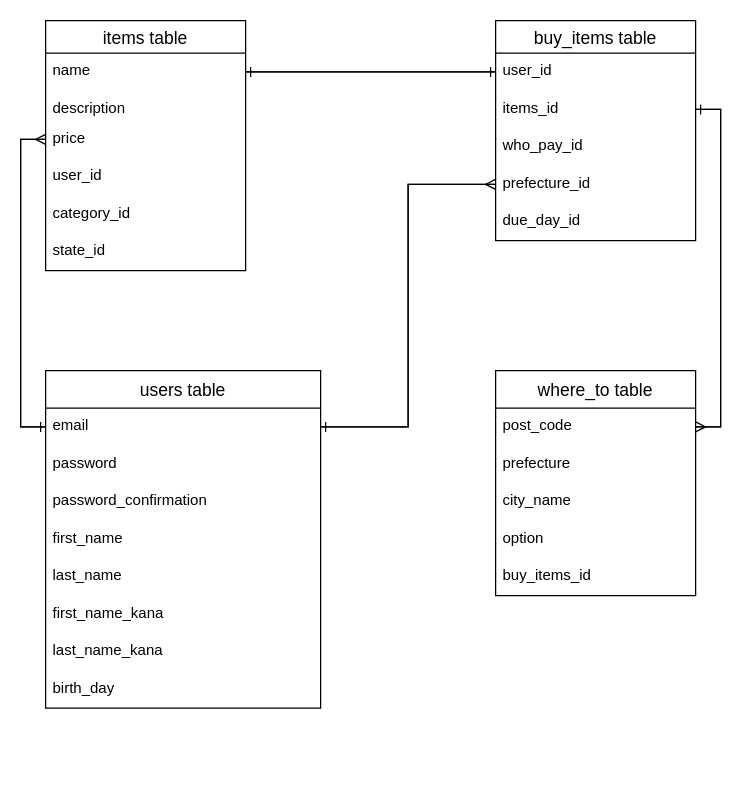
Hajimojikun/furima-35715 keeps this draw.io diagram as ER.dio. Above is the earlier version. Source tidied: cells renumbered, new cells numbered last; positions are measured from the earlier drawing's top-left corner, leaving out a move shared by most shapes. Both pictures are drawn from the tidied source at 125%, with x=0, y=0 at pixel (45, 20).
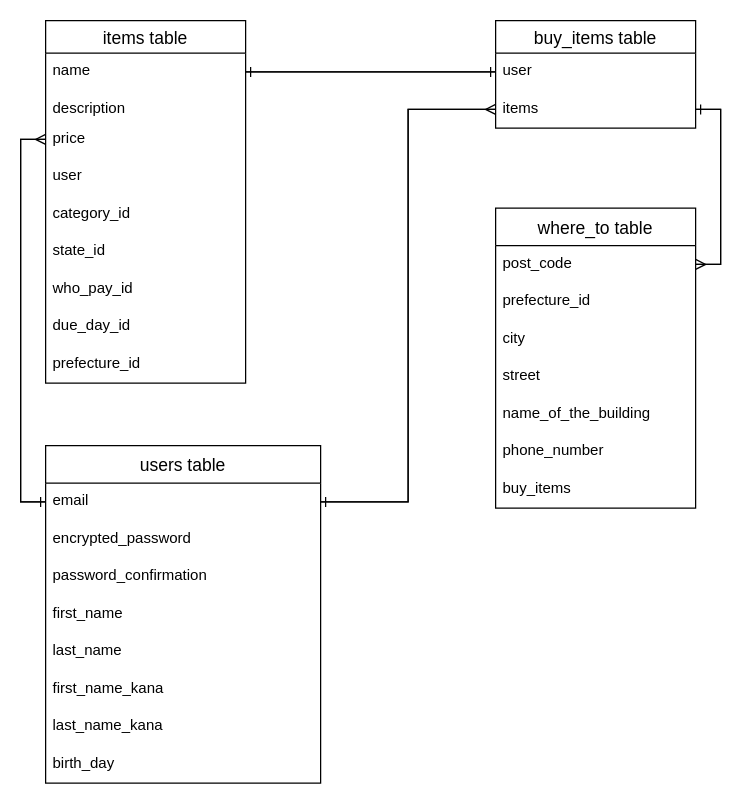
After the change.

Commit message (it also covers changes not shown here):
データベース設計　手直し１回目

The change refers to these unchanged cells:
```xml
<mxCell id="16" value="email" style="text;strokeColor=none;fillColor=none;spacingLeft=4;spacingRight=4;overflow=hidden;points=[[0,0.5],[1,0.5]];portConstraint=eastwest;fontSize=12;" parent="15" vertex="1">
  <mxGeometry y="30" width="220" height="30" as="geometry" />
</mxCell>
<mxCell id="25" value="post_code" style="text;strokeColor=none;fillColor=none;spacingLeft=4;spacingRight=4;overflow=hidden;points=[[0,0.5],[1,0.5]];portConstraint=eastwest;fontSize=12;" parent="24" vertex="1">
  <mxGeometry y="30" width="160" height="30" as="geometry" />
</mxCell>
```

What changed in the source:
```diff
@@
     <mxCell id="2" value="items table" style="swimlane;fontStyle=0;horizontal=1;startSize=26;align=center;fontSize=14;" parent="1" vertex="1">
-      <mxGeometry width="160" height="200" as="geometry" />
+      <mxGeometry width="160" height="290" as="geometry" />
     </mxCell>
@@
-    <mxCell id="6" value="user_id" style="text;strokeColor=none;fillColor=none;spacingLeft=4;spacingRight=4;overflow=hidden;fontSize=12;" parent="2" vertex="1">
+    <mxCell id="6" value="user" style="text;strokeColor=none;fillColor=none;spacingLeft=4;spacingRight=4;overflow=hidden;fontSize=12;" parent="2" vertex="1">
       <mxGeometry y="110" width="160" height="30" as="geometry" />
     </mxCell>
@@
+    <mxCell id="12" value="who_pay_id" style="text;strokeColor=none;fillColor=none;spacingLeft=4;spacingRight=4;overflow=hidden;fontSize=12;" parent="2" vertex="1">
+      <mxGeometry y="200" width="160" height="30" as="geometry" />
+    </mxCell>
+    <mxCell id="14" value="due_day_id" style="text;strokeColor=none;fillColor=none;spacingLeft=4;spacingRight=4;overflow=hidden;fontSize=12;" parent="2" vertex="1">
+      <mxGeometry y="230" width="160" height="30" as="geometry" />
+    </mxCell>
+    <mxCell id="13" value="prefecture_id" style="text;strokeColor=none;fillColor=none;spacingLeft=4;spacingRight=4;overflow=hidden;points=[[0,0.5],[1,0.5]];portConstraint=eastwest;fontSize=12;" parent="2" vertex="1">
+      <mxGeometry y="260" width="160" height="30" as="geometry" />
+    </mxCell>
     <mxCell id="9" value="buy_items table" style="swimlane;fontStyle=0;horizontal=1;startSize=26;align=center;fontSize=14;" parent="1" vertex="1">
-      <mxGeometry x="360" width="160" height="176" as="geometry" />
+      <mxGeometry x="360" width="160" height="86" as="geometry" />
     </mxCell>
-    <mxCell id="10" value="user_id" style="text;strokeColor=none;fillColor=none;spacingLeft=4;spacingRight=4;overflow=hidden;points=[[0,0.5],[1,0.5]];portConstraint=eastwest;fontSize=12;" parent="9" vertex="1">
+    <mxCell id="10" value="user" style="text;strokeColor=none;fillColor=none;spacingLeft=4;spacingRight=4;overflow=hidden;points=[[0,0.5],[1,0.5]];portConstraint=eastwest;fontSize=12;" parent="9" vertex="1">
       <mxGeometry y="26" width="160" height="30" as="geometry" />
     </mxCell>
-    <mxCell id="11" value="items_id" style="text;strokeColor=none;fillColor=none;spacingLeft=4;spacingRight=4;overflow=hidden;points=[[0,0.5],[1,0.5]];portConstraint=eastwest;fontSize=12;" parent="9" vertex="1">
+    <mxCell id="11" value="items" style="text;strokeColor=none;fillColor=none;spacingLeft=4;spacingRight=4;overflow=hidden;points=[[0,0.5],[1,0.5]];portConstraint=eastwest;fontSize=12;" parent="9" vertex="1">
       <mxGeometry y="56" width="160" height="30" as="geometry" />
     </mxCell>
-    <mxCell id="12" value="who_pay_id" style="text;strokeColor=none;fillColor=none;spacingLeft=4;spacingRight=4;overflow=hidden;fontSize=12;" parent="9" vertex="1">
-      <mxGeometry y="86" width="160" height="30" as="geometry" />
-    </mxCell>
-    <mxCell id="13" value="prefecture_id" style="text;strokeColor=none;fillColor=none;spacingLeft=4;spacingRight=4;overflow=hidden;points=[[0,0.5],[1,0.5]];portConstraint=eastwest;fontSize=12;" parent="9" vertex="1">
-      <mxGeometry y="116" width="160" height="30" as="geometry" />
-    </mxCell>
-    <mxCell id="14" value="due_day_id" style="text;strokeColor=none;fillColor=none;spacingLeft=4;spacingRight=4;overflow=hidden;fontSize=12;" parent="9" vertex="1">
-      <mxGeometry y="146" width="160" height="30" as="geometry" />
-    </mxCell>
     <mxCell id="15" value="users table" style="swimlane;fontStyle=0;horizontal=1;startSize=30;align=center;fontSize=14;" parent="1" vertex="1">
-      <mxGeometry y="280" width="220" height="270" as="geometry" />
+      <mxGeometry y="340" width="220" height="270" as="geometry" />
     </mxCell>
@@
-    <mxCell id="17" value="password" style="text;strokeColor=none;fillColor=none;spacingLeft=4;spacingRight=4;overflow=hidden;fontSize=12;" parent="15" vertex="1">
+    <mxCell id="17" value="encrypted_password" style="text;strokeColor=none;fillColor=none;spacingLeft=4;spacingRight=4;overflow=hidden;fontSize=12;" parent="15" vertex="1">
       <mxGeometry y="60" width="220" height="30" as="geometry" />
     </mxCell>
@@
     <mxCell id="24" value="where_to table" style="swimlane;fontStyle=0;horizontal=1;startSize=30;align=center;fontSize=14;" parent="1" vertex="1">
-      <mxGeometry x="360" y="280" width="160" height="180" as="geometry" />
+      <mxGeometry x="360" y="150" width="160" height="240" as="geometry" />
     </mxCell>
@@
-    <mxCell id="26" value="prefecture" style="text;strokeColor=none;fillColor=none;spacingLeft=4;spacingRight=4;overflow=hidden;fontSize=12;" parent="24" vertex="1">
+    <mxCell id="26" value="prefecture_id" style="text;strokeColor=none;fillColor=none;spacingLeft=4;spacingRight=4;overflow=hidden;fontSize=12;" parent="24" vertex="1">
       <mxGeometry y="60" width="160" height="30" as="geometry" />
     </mxCell>
-    <mxCell id="27" value="city_name" style="text;strokeColor=none;fillColor=none;spacingLeft=4;spacingRight=4;overflow=hidden;fontSize=12;" parent="24" vertex="1">
+    <mxCell id="27" value="city" style="text;strokeColor=none;fillColor=none;spacingLeft=4;spacingRight=4;overflow=hidden;fontSize=12;" parent="24" vertex="1">
       <mxGeometry y="90" width="160" height="30" as="geometry" />
     </mxCell>
-    <mxCell id="28" value="option" style="text;strokeColor=none;fillColor=none;spacingLeft=4;spacingRight=4;overflow=hidden;fontSize=12;" parent="24" vertex="1">
+    <mxCell id="28" value="street" style="text;strokeColor=none;fillColor=none;spacingLeft=4;spacingRight=4;overflow=hidden;fontSize=12;" parent="24" vertex="1">
       <mxGeometry y="120" width="160" height="30" as="geometry" />
     </mxCell>
+    <mxCell id="38" value="name_of_the_building" style="text;strokeColor=none;fillColor=none;spacingLeft=4;spacingRight=4;overflow=hidden;fontSize=12;" parent="24" vertex="1">
+      <mxGeometry y="150" width="160" height="30" as="geometry" />
+    </mxCell>
+    <mxCell id="39" value="phone_number" style="text;strokeColor=none;fillColor=none;spacingLeft=4;spacingRight=4;overflow=hidden;fontSize=12;" parent="24" vertex="1">
+      <mxGeometry y="180" width="160" height="30" as="geometry" />
+    </mxCell>
-    <mxCell id="29" value="buy_items_id" style="text;strokeColor=none;fillColor=none;spacingLeft=4;spacingRight=4;overflow=hidden;fontSize=12;" parent="24" vertex="1">
-      <mxGeometry y="150" width="160" height="30" as="geometry" />
+    <mxCell id="29" value="buy_items" style="text;strokeColor=none;fillColor=none;spacingLeft=4;spacingRight=4;overflow=hidden;fontSize=12;" parent="24" vertex="1">
+      <mxGeometry y="210" width="160" height="30" as="geometry" />
     </mxCell>
@@
     <mxCell id="33" style="edgeStyle=orthogonalEdgeStyle;rounded=0;jettySize=auto;html=1;entryX=1;entryY=0.5;entryDx=0;entryDy=0;endArrow=ERmany;endFill=0;exitX=1;exitY=0.5;exitDx=0;exitDy=0;" parent="1" edge="1" source="11" target="25">
       <mxGeometry relative="1" as="geometry">
         <Array as="points">
           <mxPoint x="540" y="71" />
-          <mxPoint x="540" y="325" />
+          <mxPoint x="540" y="195" />
         </Array>
       </mxGeometry>
     </mxCell>
@@
-    <mxCell id="36" style="edgeStyle=orthogonalEdgeStyle;rounded=0;jettySize=auto;html=1;exitX=1;exitY=0.5;exitDx=0;exitDy=0;endArrow=ERmany;endFill=0;entryX=0;entryY=0.5;entryDx=0;entryDy=0;" parent="1" edge="1" source="16" target="13">
+    <mxCell id="36" style="edgeStyle=orthogonalEdgeStyle;rounded=0;jettySize=auto;html=1;exitX=1;exitY=0.5;exitDx=0;exitDy=0;endArrow=ERmany;endFill=0;entryX=0;entryY=0.5;entryDx=0;entryDy=0;" parent="1" edge="1" source="16" target="11">
       <mxGeometry relative="1" as="geometry" />
     </mxCell>
-    <mxCell id="37" style="edgeStyle=orthogonalEdgeStyle;rounded=0;jettySize=auto;html=1;exitX=0;exitY=0.5;exitDx=0;exitDy=0;endArrow=ERone;endFill=0;entryX=1;entryY=0.5;entryDx=0;entryDy=0;" parent="1" edge="1" source="13" target="16">
-      <mxGeometry relative="1" as="geometry">
-        <Array as="points">
-          <mxPoint x="290" y="131" />
-          <mxPoint x="290" y="325" />
-        </Array>
-      </mxGeometry>
-    </mxCell>
+    <mxCell id="40" style="edgeStyle=orthogonalEdgeStyle;rounded=0;jettySize=auto;html=1;exitX=0;exitY=0.5;exitDx=0;exitDy=0;entryX=1;entryY=0.5;entryDx=0;entryDy=0;endArrow=ERone;endFill=0;" parent="1" edge="1" source="11" target="16">
+      <mxGeometry relative="1" as="geometry" />
+    </mxCell>
```
